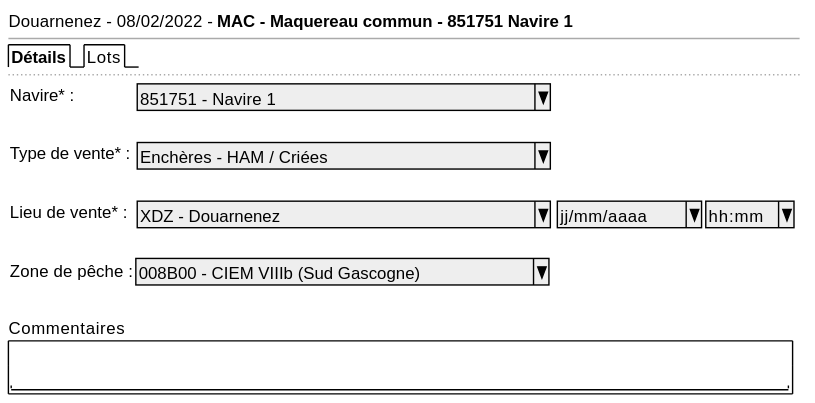
sumaris-net/sumaris-doc keeps this PlantUML diagram as projects/obsvente/spe/images/sale-details.svg. Above is the earlier version. Its diagram source:
```plantuml
@startsalt
{
  Douarnenez - 08/02/2022 - <b>MAC - Maquereau commun - 851751 Navire 1
  --
  {/  <b>Détails | Lots}
  ..
  {

      Navire* :    | { ^851751 - Navire 1                  ^ }
      .
      Type de vente* :    | { ^Enchères - HAM / Criées            ^ }
      .
      Lieu de vente* :     | { ^XDZ - Douarnenez                   ^ } | { ^ jj/mm/aaaa^  |  ^ hh:mm^ }
      .
      Zone de pêche :            | ^ 008B00 - CIEM VIIIb (Sud Gascogne)^
      .
  }

  Commentaires
  {+ .
          "                                                                     "
  }

}
@endsalt
```
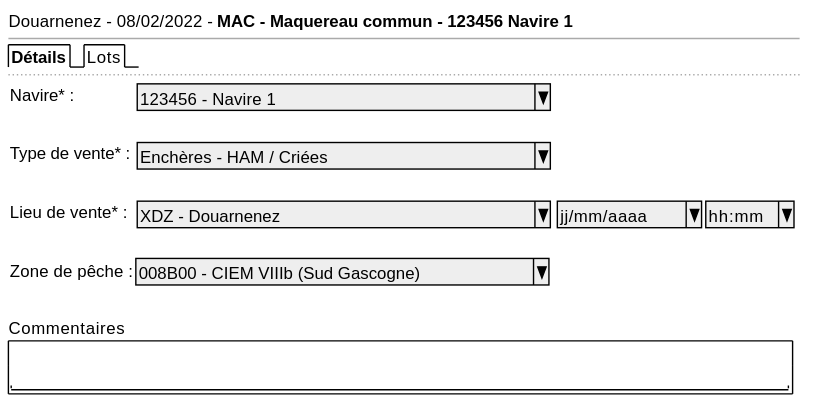
Above is the later version.

The edit, as a diff of the source:
```diff
@@ -1,12 +1,12 @@
 @startsalt
 {
-  Douarnenez - 08/02/2022 - <b>MAC - Maquereau commun - 851751 Navire 1
+  Douarnenez - 08/02/2022 - <b>MAC - Maquereau commun - 123456 Navire 1
   --
   {/  <b>Détails | Lots}
   ..
   {
 
-      Navire* :    | { ^851751 - Navire 1                  ^ }
+      Navire* :    | { ^123456 - Navire 1                  ^ }
       .
       Type de vente* :    | { ^Enchères - HAM / Criées            ^ }
       .
```
